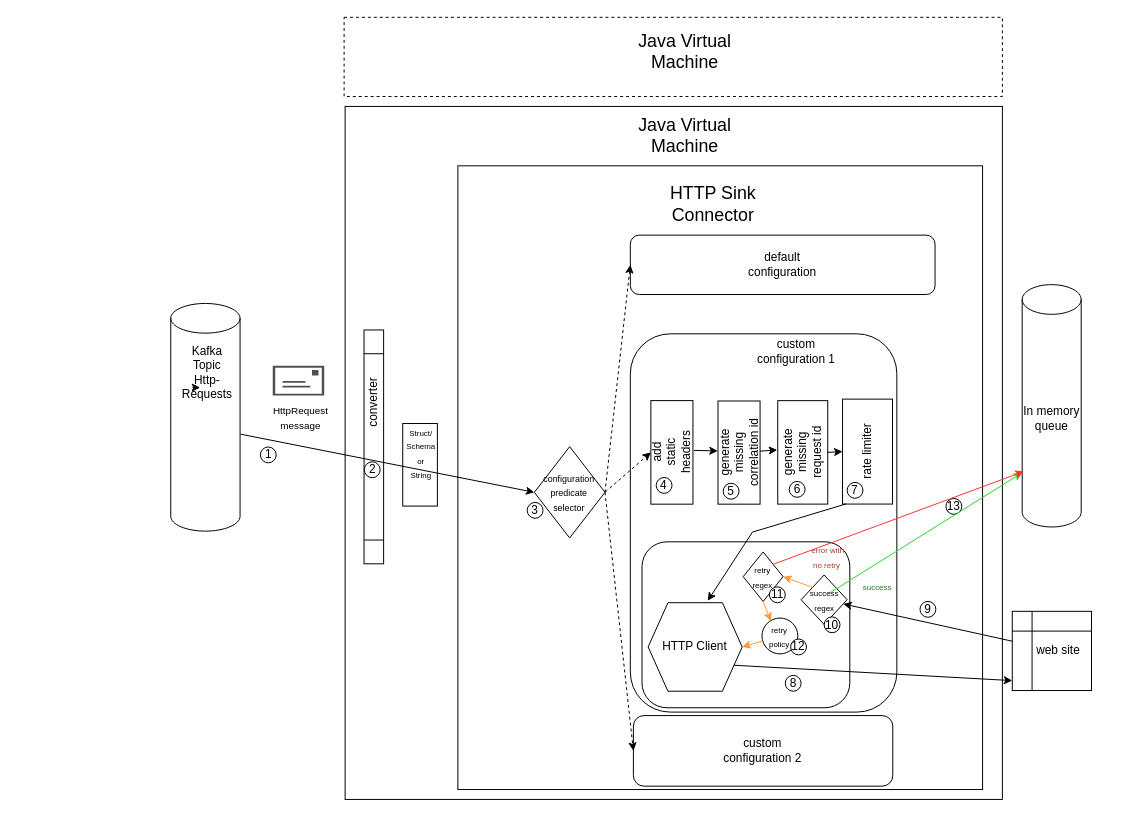
Earlier version of the draw.io diagram docs/http_sink_connector.drawio (clescot/kafka-connect-http). Source tidied: cells renumbered, new cells numbered last; positions are measured from the earlier drawing's top-left corner, leaving out a move shared by most shapes. Both pictures are drawn from the tidied source at 99%, with x=0, y=0 at pixel (170, 17).
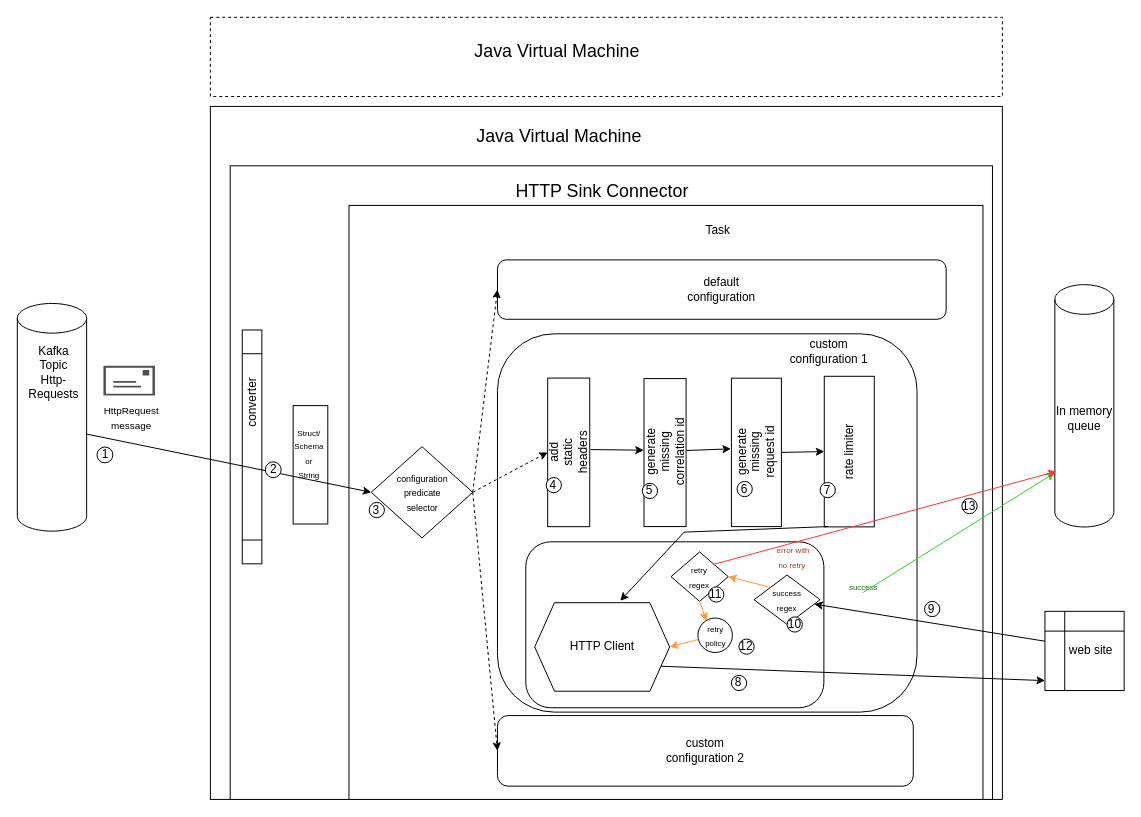
The same diagram, later.

Commit message:
shutdown executorService when HttpSinkTask stop #3

Change to the diagram source:
```diff
@@
     <mxCell id="2" style="rounded=0;whiteSpace=wrap;html=1;" parent="1" vertex="1">
-      <mxGeometry x="176.1" y="90" width="663.9" height="700" as="geometry" />
+      <mxGeometry x="40" y="90" width="800" height="700" as="geometry" />
     </mxCell>
     <mxCell id="3" style="rounded=0;whiteSpace=wrap;html=1;" parent="1" vertex="1">
-      <mxGeometry x="290" y="150" width="530" height="630" as="geometry" />
+      <mxGeometry x="60" y="150" width="770" height="640" as="geometry" />
     </mxCell>
+    <mxCell id="63" style="rounded=0;whiteSpace=wrap;html=1;" parent="3" vertex="1">
+      <mxGeometry x="120" y="40" width="640.4" height="600" as="geometry" />
+    </mxCell>
     <mxCell id="4" style="rounded=1;whiteSpace=wrap;html=1;" parent="3" vertex="1">
-      <mxGeometry x="174.2" y="169.7" width="269.2" height="382.1" as="geometry" />
+      <mxGeometry x="270" y="169.7" width="423.8" height="382.1" as="geometry" />
     </mxCell>
     <mxCell id="5" style="rounded=1;whiteSpace=wrap;html=1;" parent="3" vertex="1">
-      <mxGeometry x="186" y="379.8" width="209.9" height="167.6" as="geometry" />
+      <mxGeometry x="298.6" y="379.8" width="301.1" height="167.6" as="geometry" />
     </mxCell>
     <mxCell id="6" value="&lt;font style=&quot;font-size: 9px;&quot;&gt;configuration&lt;br&gt;predicate&lt;br&gt;selector&lt;/font&gt;" style="rhombus;whiteSpace=wrap;html=1;" parent="3" vertex="1">
-      <mxGeometry x="77.2" y="283.7" width="71.4" height="92.2" as="geometry" />
+      <mxGeometry x="142.5" y="283.7" width="102.5" height="92.2" as="geometry" />
     </mxCell>
     <mxCell id="7" value="generate&lt;br&gt;missing&lt;br&gt;request id" style="rounded=0;whiteSpace=wrap;html=1;rotation=-90;" parent="3" vertex="1">
-      <mxGeometry x="296.1" y="264.2" width="104.5" height="50.5" as="geometry" />
+      <mxGeometry x="456.6" y="264.2" width="149.9" height="50.5" as="geometry" />
     </mxCell>
     <mxCell id="8" value="custom&lt;br&gt;configuration 2" style="rounded=1;whiteSpace=wrap;html=1;" parent="3" vertex="1">
-      <mxGeometry x="177.3" y="555.3" width="262" height="71.3" as="geometry" />
+      <mxGeometry x="270" y="555.3" width="420" height="71.3" as="geometry" />
     </mxCell>
@@
     <mxCell id="10" value="rate limiter" style="rounded=0;whiteSpace=wrap;html=1;rotation=-90;" parent="3" vertex="1">
-      <mxGeometry x="360.8" y="263.4" width="106" height="50.5" as="geometry" />
+      <mxGeometry x="549.3" y="263.4" width="152.1" height="50.5" as="geometry" />
     </mxCell>
@@
     <mxCell id="12" style="rounded=0;whiteSpace=wrap;html=1;rotation=-90;" parent="3" vertex="1">
-      <mxGeometry x="-79.9" y="284.5" width="83.4" height="35" as="geometry" />
+      <mxGeometry x="21.3" y="284.5" width="119.6" height="35" as="geometry" />
     </mxCell>
     <mxCell id="13" value="HTTP Client" style="shape=hexagon;perimeter=hexagonPerimeter2;whiteSpace=wrap;html=1;fixedSize=1;" parent="3" vertex="1">
-      <mxGeometry x="192.2" y="441.3" width="95" height="89.4" as="geometry" />
+      <mxGeometry x="307.6" y="441.3" width="136.3" height="89.4" as="geometry" />
     </mxCell>
     <mxCell id="14" style="endArrow=classic;html=1;rounded=0;exitX=0.002;exitY=0.074;exitDx=0;exitDy=0;exitPerimeter=0;entryX=0.634;entryY=-0.022;entryDx=0;entryDy=0;entryPerimeter=0;" parent="3" edge="1" source="10" target="13">
       <mxGeometry relative="1" as="geometry">
         <Array as="points">
-          <mxPoint x="297.5" y="370" />
+          <mxPoint x="458.6" y="370" />
         </Array>
       </mxGeometry>
     </mxCell>
     <mxCell id="15" value="&lt;font style=&quot;font-size: 8px;&quot;&gt;Struct/&lt;br&gt;Schema&lt;br style=&quot;border-color: var(--border-color);&quot;&gt;&lt;span style=&quot;border-color: var(--border-color);&quot;&gt;or&lt;/span&gt;&lt;br style=&quot;border-color: var(--border-color);&quot;&gt;&lt;span style=&quot;border-color: var(--border-color);&quot;&gt;String&lt;/span&gt;&lt;/font&gt;" style="text;html=1;strokeColor=none;fillColor=none;align=center;verticalAlign=middle;whiteSpace=wrap;rounded=0;" parent="3" vertex="1">
-      <mxGeometry x="-60.8" y="273" width="47.5" height="33.5" as="geometry" />
+      <mxGeometry x="45.8" y="273" width="68.1" height="33.5" as="geometry" />
     </mxCell>
     <mxCell id="16" value="add&lt;br&gt;static&lt;br&gt;headers" style="rounded=0;whiteSpace=wrap;html=1;rotation=-90;" parent="3" vertex="1">
-      <mxGeometry x="163.9" y="268.2" width="104.6" height="42.5" as="geometry" />
+      <mxGeometry x="266.9" y="268.2" width="150.1" height="42.5" as="geometry" />
     </mxCell>
@@
     <mxCell id="18" value="generate&lt;br&gt;missing&lt;br&gt;correlation id" style="rounded=0;whiteSpace=wrap;html=1;rotation=-90;" parent="3" vertex="1">
-      <mxGeometry x="231.9" y="268.4" width="104.2" height="42.5" as="geometry" />
+      <mxGeometry x="364.5" y="268.4" width="149.5" height="42.5" as="geometry" />
     </mxCell>
@@
     <mxCell id="21" value="default&lt;br&gt;configuration" style="rounded=1;whiteSpace=wrap;html=1;" parent="3" vertex="1">
-      <mxGeometry x="174.2" y="70" width="307.8" height="60" as="geometry" />
+      <mxGeometry x="270" y="95" width="453.2" height="60" as="geometry" />
     </mxCell>
@@
     <mxCell id="23" value="&lt;font style=&quot;font-size: 8px;&quot;&gt;success&lt;br&gt;regex&lt;/font&gt;" style="rhombus;whiteSpace=wrap;html=1;" parent="3" vertex="1">
-      <mxGeometry x="346.7" y="413.3" width="46.5" height="50" as="geometry" />
+      <mxGeometry x="529.2" y="413.3" width="66.7" height="50" as="geometry" />
     </mxCell>
     <mxCell id="24" value="&lt;font style=&quot;font-size: 8px;&quot;&gt;retry&lt;br&gt;regex&lt;/font&gt;" style="rhombus;whiteSpace=wrap;html=1;" parent="3" vertex="1">
-      <mxGeometry x="288.2" y="390" width="40.3" height="50" as="geometry" />
+      <mxGeometry x="445.3" y="390" width="57.8" height="50" as="geometry" />
     </mxCell>
     <mxCell id="25" value="&lt;font color=&quot;#187818&quot; style=&quot;font-size: 8px;&quot;&gt;success&lt;/font&gt;" style="text;html=1;strokeColor=none;fillColor=none;align=center;verticalAlign=middle;whiteSpace=wrap;rounded=0;" parent="3" vertex="1">
-      <mxGeometry x="395.8" y="410" width="55.8" height="30" as="geometry" />
+      <mxGeometry x="599.6" y="410" width="80" height="30" as="geometry" />
     </mxCell>
@@
     <mxCell id="27" value="&lt;font color=&quot;#a33f2a&quot; style=&quot;font-size: 8px;&quot;&gt;error with&lt;br&gt;no retry&amp;nbsp;&lt;/font&gt;" style="text;html=1;strokeColor=none;fillColor=none;align=center;verticalAlign=middle;whiteSpace=wrap;rounded=0;" parent="3" vertex="1">
-      <mxGeometry x="343" y="380" width="62.4" height="30" as="geometry" />
+      <mxGeometry x="523.9" y="380" width="89.5" height="30" as="geometry" />
     </mxCell>
     <mxCell id="28" value="&lt;font style=&quot;font-size: 8px;&quot;&gt;retry&lt;br&gt;policy&lt;br&gt;&lt;/font&gt;" style="ellipse;whiteSpace=wrap;html=1;" parent="3" vertex="1">
-      <mxGeometry x="307.2" y="456.8" width="36.2" height="36.2" as="geometry" />
+      <mxGeometry x="472.5" y="456.8" width="34.8" height="34.8" as="geometry" />
     </mxCell>
@@
     <mxCell id="31" value="3" style="ellipse;whiteSpace=wrap;html=1;" parent="3" vertex="1">
-      <mxGeometry x="70" y="340" width="16" height="16" as="geometry" />
+      <mxGeometry x="140.4" y="340" width="15.4" height="15.4" as="geometry" />
     </mxCell>
     <mxCell id="32" value="4" style="ellipse;whiteSpace=wrap;html=1;" parent="3" vertex="1">
-      <mxGeometry x="200.3" y="314.8" width="16" height="16" as="geometry" />
+      <mxGeometry x="319.2" y="314.8" width="15.4" height="15.4" as="geometry" />
     </mxCell>
     <mxCell id="33" value="5" style="ellipse;whiteSpace=wrap;html=1;" parent="3" vertex="1">
-      <mxGeometry x="268" y="320.7" width="16" height="16" as="geometry" />
+      <mxGeometry x="416.3" y="320.7" width="15.4" height="15.4" as="geometry" />
     </mxCell>
     <mxCell id="34" value="6" style="ellipse;whiteSpace=wrap;html=1;" parent="3" vertex="1">
-      <mxGeometry x="334.7" y="318.8" width="16" height="16" as="geometry" />
+      <mxGeometry x="512" y="318.8" width="15.4" height="15.4" as="geometry" />
     </mxCell>
     <mxCell id="35" value="7" style="ellipse;whiteSpace=wrap;html=1;" parent="3" vertex="1">
-      <mxGeometry x="393.2" y="319.8" width="16" height="16" as="geometry" />
+      <mxGeometry x="595.9" y="319.8" width="15.4" height="15.4" as="geometry" />
     </mxCell>
     <mxCell id="36" value="8" style="ellipse;whiteSpace=wrap;html=1;" parent="3" vertex="1">
-      <mxGeometry x="330.7" y="514.7" width="16" height="16" as="geometry" />
+      <mxGeometry x="506.3" y="514.7" width="15.4" height="15.4" as="geometry" />
     </mxCell>
     <mxCell id="37" value="9" style="ellipse;whiteSpace=wrap;html=1;" parent="3" vertex="1">
-      <mxGeometry x="466.8" y="440" width="16" height="16" as="geometry" />
+      <mxGeometry x="701.4" y="440" width="15.4" height="15.4" as="geometry" />
     </mxCell>
     <mxCell id="38" value="10" style="ellipse;whiteSpace=wrap;html=1;" parent="3" vertex="1">
-      <mxGeometry x="370" y="455.6" width="16" height="16" as="geometry" />
+      <mxGeometry x="562.6" y="455.6" width="15.4" height="15.4" as="geometry" />
     </mxCell>
     <mxCell id="39" value="11" style="ellipse;whiteSpace=wrap;html=1;" parent="3" vertex="1">
-      <mxGeometry x="314.7" y="425.3" width="16" height="16" as="geometry" />
+      <mxGeometry x="483.3" y="425.3" width="15.4" height="15.4" as="geometry" />
     </mxCell>
     <mxCell id="40" value="12" style="ellipse;whiteSpace=wrap;html=1;" parent="3" vertex="1">
-      <mxGeometry x="336.1" y="478" width="16" height="16" as="geometry" />
+      <mxGeometry x="513.9" y="478" width="15.4" height="15.4" as="geometry" />
     </mxCell>
     <mxCell id="41" value="13" style="ellipse;whiteSpace=wrap;html=1;" parent="3" vertex="1">
-      <mxGeometry x="493" y="336" width="16" height="16" as="geometry" />
+      <mxGeometry x="739.1" y="336" width="15.4" height="15.4" as="geometry" />
     </mxCell>
+    <mxCell id="64" value="Task" style="text;html=1;strokeColor=none;fillColor=none;align=center;verticalAlign=middle;whiteSpace=wrap;rounded=0;" parent="3" vertex="1">
+      <mxGeometry x="463.9" y="50" width="57.8" height="30" as="geometry" />
+    </mxCell>
     <mxCell id="42" value="&lt;font style=&quot;font-size: 18px;&quot;&gt;HTTP Sink Connector&lt;/font&gt;" style="text;html=1;strokeColor=none;fillColor=none;align=center;verticalAlign=middle;whiteSpace=wrap;rounded=0;" parent="1" vertex="1">
-      <mxGeometry x="463" y="174" width="170" height="30" as="geometry" />
+      <mxGeometry x="312" y="161" width="248" height="30" as="geometry" />
     </mxCell>
     <mxCell id="43" style="shape=cylinder3;whiteSpace=wrap;html=1;boundedLbl=1;backgroundOutline=1;size=15;" parent="1" vertex="1">
-      <mxGeometry y="289" width="70" height="230" as="geometry" />
+      <mxGeometry x="-155" y="289" width="70" height="230" as="geometry" />
     </mxCell>
     <mxCell id="44" value="Kafka Topic&lt;br&gt;Http-Requests" style="text;html=1;strokeColor=none;fillColor=none;align=center;verticalAlign=middle;whiteSpace=wrap;rounded=0;" parent="1" vertex="1">
-      <mxGeometry x="7" y="344" width="60" height="30" as="geometry" />
+      <mxGeometry x="-148" y="344" width="60" height="30" as="geometry" />
     </mxCell>
     <mxCell id="45" style="sketch=0;shadow=0;dashed=0;html=1;strokeColor=none;fillColor=#505050;labelPosition=center;verticalLabelPosition=bottom;verticalAlign=top;align=center;shape=mxgraph.office.concepts.email;" parent="1" vertex="1">
-      <mxGeometry x="103" y="352" width="52" height="30" as="geometry" />
+      <mxGeometry x="-68" y="352" width="52" height="30" as="geometry" />
     </mxCell>
     <mxCell id="46" value="&lt;font style=&quot;font-size: 10px;&quot;&gt;HttpRequest&lt;br&gt;message&lt;/font&gt;" style="text;html=1;align=center;verticalAlign=middle;strokeColor=none;fillColor=none;" parent="1" vertex="1">
-      <mxGeometry x="90.5" y="384" width="80" height="40" as="geometry" />
+      <mxGeometry x="-80.5" y="384" width="80" height="40" as="geometry" />
     </mxCell>
     <mxCell id="47" value="custom configuration 1" style="text;html=1;strokeColor=none;fillColor=none;align=center;verticalAlign=middle;whiteSpace=wrap;rounded=0;" parent="1" vertex="1">
-      <mxGeometry x="587" y="323" width="90" height="30" as="geometry" />
+      <mxGeometry x="620" y="323" width="90" height="30" as="geometry" />
     </mxCell>
     <mxCell id="48" style="shape=process;whiteSpace=wrap;html=1;backgroundOutline=1;rotation=-90;" parent="1" vertex="1">
-      <mxGeometry x="87" y="424" width="236.2" height="19.8" as="geometry" />
+      <mxGeometry x="-36" y="424" width="236.2" height="19.8" as="geometry" />
     </mxCell>
     <mxCell id="49" value="converter" style="text;html=1;strokeColor=none;fillColor=none;align=center;verticalAlign=middle;whiteSpace=wrap;rounded=0;rotation=-90;" parent="1" vertex="1">
-      <mxGeometry x="175.1" y="374" width="60" height="30" as="geometry" />
+      <mxGeometry x="52.1" y="374" width="60" height="30" as="geometry" />
     </mxCell>
@@
     <mxCell id="51" value="&lt;font style=&quot;font-size: 18px;&quot;&gt;Java Virtual Machine&lt;/font&gt;" style="text;html=1;strokeColor=none;fillColor=none;align=center;verticalAlign=middle;whiteSpace=wrap;rounded=0;" parent="1" vertex="1">
-      <mxGeometry x="463" y="105" width="113" height="30" as="geometry" />
+      <mxGeometry x="298" y="105" width="189" height="30" as="geometry" />
     </mxCell>
     <mxCell id="52" value="In memory&lt;br&gt;queue" style="shape=cylinder3;whiteSpace=wrap;html=1;boundedLbl=1;backgroundOutline=1;size=15;" parent="1" vertex="1">
-      <mxGeometry x="860" y="270" width="59.6" height="244.8" as="geometry" />
+      <mxGeometry x="893" y="270" width="59.6" height="244.8" as="geometry" />
     </mxCell>
     <mxCell id="53" style="endArrow=classic;html=1;rounded=0;exitX=0.662;exitY=0.138;exitDx=0;exitDy=0;exitPerimeter=0;strokeColor=#2AD42A;" parent="1" edge="1">
       <mxGeometry relative="1" as="geometry">
-        <mxPoint x="666" y="581.2" as="sourcePoint" />
-        <mxPoint x="860" y="460" as="targetPoint" />
+        <mxPoint x="699" y="581.2" as="sourcePoint" />
+        <mxPoint x="893" y="460" as="targetPoint" />
       </mxGeometry>
     </mxCell>
     <mxCell id="54" value="&amp;nbsp; &amp;nbsp; web site" style="shape=internalStorage;whiteSpace=wrap;html=1;backgroundOutline=1;" parent="1" vertex="1">
-      <mxGeometry x="850" y="600" width="80" height="80" as="geometry" />
+      <mxGeometry x="883" y="600" width="80" height="80" as="geometry" />
     </mxCell>
     <mxCell id="55" style="endArrow=classic;html=1;rounded=0;exitX=0.001;exitY=0.515;exitDx=0;exitDy=0;exitPerimeter=0;" parent="1" edge="1" target="23">
       <mxGeometry relative="1" as="geometry">
-        <mxPoint x="850.1" y="630.2" as="sourcePoint" />
+        <mxPoint x="883.1" y="630.2" as="sourcePoint" />
       </mxGeometry>
     </mxCell>
     <mxCell id="56" style="endArrow=classic;html=1;rounded=0;exitX=1;exitY=0.75;exitDx=0;exitDy=0;" parent="1" edge="1" source="13">
       <mxGeometry relative="1" as="geometry">
-        <mxPoint x="850" y="670" as="targetPoint" />
+        <mxPoint x="883" y="670" as="targetPoint" />
       </mxGeometry>
     </mxCell>
@@
     <mxCell id="58" value="1" style="ellipse;whiteSpace=wrap;html=1;" parent="1" vertex="1">
-      <mxGeometry x="90.5" y="434" width="16" height="16" as="geometry" />
+      <mxGeometry x="-74.5" y="434" width="16" height="16" as="geometry" />
     </mxCell>
     <mxCell id="59" value="2" style="ellipse;whiteSpace=wrap;html=1;" parent="1" vertex="1">
-      <mxGeometry x="195.5" y="449" width="16" height="16" as="geometry" />
+      <mxGeometry x="95.5" y="449" width="16" height="16" as="geometry" />
     </mxCell>
-    <mxCell id="60" style="edgeStyle=orthogonalEdgeStyle;rounded=0;orthogonalLoop=1;jettySize=auto;html=1;exitX=0.25;exitY=1;exitDx=0;exitDy=0;entryX=0.378;entryY=0.994;entryDx=0;entryDy=0;entryPerimeter=0;" parent="1" edge="1" source="44" target="44">
-      <mxGeometry relative="1" as="geometry" />
-    </mxCell>
     <mxCell id="61" style="rounded=0;whiteSpace=wrap;html=1;dashed=1;" parent="1" vertex="1">
-      <mxGeometry x="175.1" width="664.9" height="80" as="geometry" />
+      <mxGeometry x="40" width="800" height="80" as="geometry" />
     </mxCell>
     <mxCell id="62" value="&lt;font style=&quot;font-size: 18px;&quot;&gt;Java Virtual Machine&lt;/font&gt;" style="text;html=1;strokeColor=none;fillColor=none;align=center;verticalAlign=middle;whiteSpace=wrap;rounded=0;" parent="1" vertex="1">
-      <mxGeometry x="463" y="20" width="113" height="30" as="geometry" />
+      <mxGeometry x="291" y="20" width="199" height="30" as="geometry" />
     </mxCell>
```
